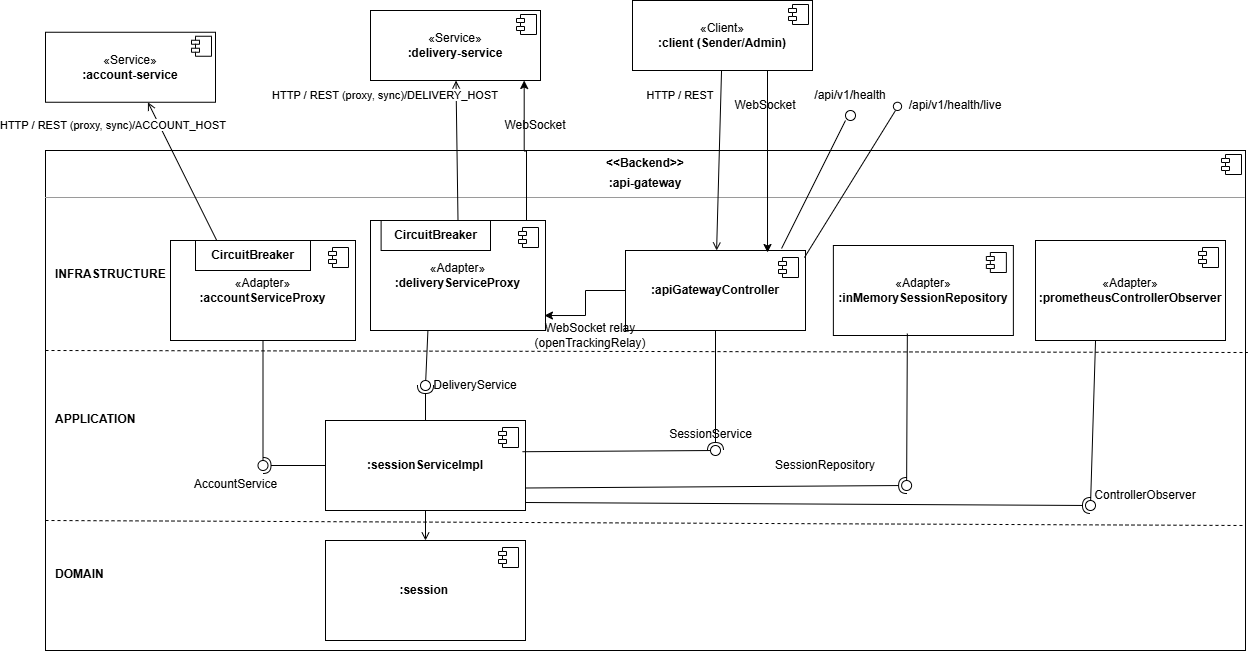
The draw.io diagram doc/api_gateway_v2.drawio.png in MarcoMoro10/SAP-Assignment2, before a commit. Source tidied: cells renumbered, new cells last; positions are measured from the earlier drawing's top-left corner, leaving out a move shared by most shapes.
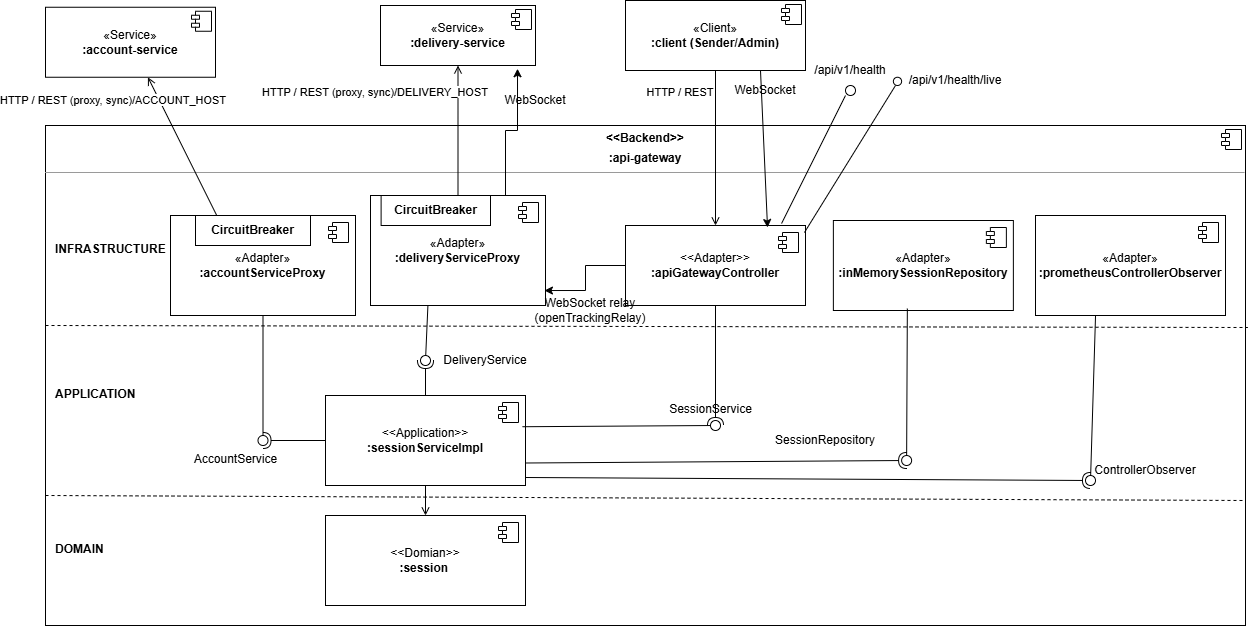
After the commit.

Change to the diagram source:
```diff
@@ -3,7 +3,7 @@
     <mxCell id="0" />
     <mxCell id="1" parent="0" />
     <mxCell id="2" value="«Client»&lt;br&gt;&lt;b&gt;:client (Sender/Admin)&lt;/b&gt;" style="html=1;whiteSpace=wrap;fontColor=#000000;" parent="1" vertex="1">
-      <mxGeometry x="587" width="180" height="70" as="geometry" />
+      <mxGeometry x="580" y="25" width="180" height="70" as="geometry" />
     </mxCell>
     <mxCell id="3" style="shape=component;jettyWidth=8;jettyHeight=4;" parent="2" vertex="1">
       <mxGeometry x="1" width="20" height="20" relative="1" as="geometry">
@@ -19,7 +19,7 @@
       </mxGeometry>
     </mxCell>
     <mxCell id="6" value="«Service»&lt;br&gt;&lt;b&gt;:delivery-service&lt;/b&gt;" style="html=1;whiteSpace=wrap;fontColor=#000000;" parent="1" vertex="1">
-      <mxGeometry x="325" y="10" width="170" height="70" as="geometry" />
+      <mxGeometry x="335" y="30" width="155" height="60" as="geometry" />
     </mxCell>
     <mxCell id="7" style="shape=component;jettyWidth=8;jettyHeight=4;" parent="6" vertex="1">
       <mxGeometry x="1" width="20" height="20" relative="1" as="geometry">
@@ -75,7 +75,7 @@
     <mxCell id="20" value="&lt;b&gt;CircuitBreaker&lt;/b&gt;" style="rounded=0;whiteSpace=wrap;html=1;" parent="18" vertex="1">
       <mxGeometry x="10.6" width="109.4" height="30" as="geometry" />
     </mxCell>
-    <mxCell id="21" value="&lt;b&gt;:apiGatewayController&lt;/b&gt;" style="html=1;whiteSpace=wrap;fontColor=#000000;" parent="1" vertex="1">
+    <mxCell id="21" value="&amp;lt;&amp;lt;Adapter&amp;gt;&amp;gt;&lt;br&gt;&lt;b&gt;:apiGatewayController&lt;/b&gt;" style="html=1;whiteSpace=wrap;fontColor=#000000;" parent="1" vertex="1">
       <mxGeometry x="580" y="250" width="180" height="80" as="geometry" />
     </mxCell>
     <mxCell id="22" style="shape=module;jettyWidth=8;jettyHeight=4;" parent="21" vertex="1">
@@ -83,7 +83,7 @@
         <mxPoint x="-27" y="7" as="offset" />
       </mxGeometry>
     </mxCell>
-    <mxCell id="23" value="&lt;b&gt;:sessionServiceImpl&lt;/b&gt;" style="html=1;whiteSpace=wrap;fontColor=#000000;" parent="1" vertex="1">
+    <mxCell id="23" value="&lt;div&gt;&amp;lt;&amp;lt;Application&amp;gt;&amp;gt;&lt;/div&gt;&lt;b&gt;:sessionServiceImpl&lt;/b&gt;" style="html=1;whiteSpace=wrap;fontColor=#000000;" parent="1" vertex="1">
       <mxGeometry x="280" y="420" width="200" height="90" as="geometry" />
     </mxCell>
     <mxCell id="24" style="shape=module;jettyWidth=8;jettyHeight=4;" parent="23" vertex="1">
@@ -106,8 +106,8 @@
     <mxCell id="29" value="AccountService" style="text;html=1;align=center;" parent="1" vertex="1">
       <mxGeometry x="135" y="470" width="110" height="20" as="geometry" />
     </mxCell>
-    <mxCell id="30" value="&lt;b&gt;:session&lt;/b&gt;&lt;font style=&quot;font-size:9px&quot;&gt;&amp;nbsp;&lt;br&gt;&lt;/font&gt;" style="html=1;whiteSpace=wrap;fontColor=#000000;" parent="1" vertex="1">
-      <mxGeometry x="280" y="540" width="200" height="100" as="geometry" />
+    <mxCell id="30" value="&lt;div&gt;&amp;lt;&amp;lt;Domian&amp;gt;&amp;gt;&lt;/div&gt;&lt;b&gt;:session&lt;/b&gt;&lt;font style=&quot;font-size:9px&quot;&gt;&amp;nbsp;&lt;br&gt;&lt;/font&gt;" style="html=1;whiteSpace=wrap;fontColor=#000000;" parent="1" vertex="1">
+      <mxGeometry x="280" y="540" width="200" height="90" as="geometry" />
     </mxCell>
     <mxCell id="31" style="shape=module;jettyWidth=8;jettyHeight=4;" parent="30" vertex="1">
       <mxGeometry x="1" width="20" height="20" relative="1" as="geometry">
@@ -174,13 +174,13 @@
       <mxGeometry x="750" y="450" width="60" height="30" as="geometry" />
     </mxCell>
     <mxCell id="51" value="DeliveryService" style="text;html=1;whiteSpace=wrap;strokeColor=none;fillColor=none;align=center;verticalAlign=middle;rounded=0;" parent="1" vertex="1">
-      <mxGeometry x="400" y="370" width="60" height="30" as="geometry" />
+      <mxGeometry x="410" y="370" width="60" height="30" as="geometry" />
     </mxCell>
     <mxCell id="52" style="endArrow=classic;html=1;rounded=0;exitX=0.75;exitY=1;exitDx=0;exitDy=0;entryX=0.789;entryY=0.025;entryDx=0;entryDy=0;entryPerimeter=0;" parent="1" edge="1" source="2" target="21">
       <mxGeometry relative="1" as="geometry" />
     </mxCell>
     <mxCell id="53" value="WebSocket" style="text;html=1;whiteSpace=wrap;strokeColor=none;fillColor=none;align=center;verticalAlign=middle;rounded=0;" parent="1" vertex="1">
-      <mxGeometry x="690" y="90" width="60" height="30" as="geometry" />
+      <mxGeometry x="690" y="100" width="60" height="30" as="geometry" />
     </mxCell>
     <mxCell id="54" style="endArrow=none;html=1;rounded=0;exitX=0.867;exitY=-0.025;exitDx=0;exitDy=0;exitPerimeter=0;" parent="1" edge="1" source="21">
       <mxGeometry relative="1" as="geometry">
@@ -232,20 +232,19 @@
     <mxCell id="67" value="ControllerObserver" style="text;html=1;whiteSpace=wrap;strokeColor=none;fillColor=none;align=center;verticalAlign=middle;rounded=0;" parent="1" vertex="1">
       <mxGeometry x="1070" y="480" width="60" height="30" as="geometry" />
     </mxCell>
-    <mxCell id="68" style="edgeStyle=orthogonalEdgeStyle;rounded=0;orthogonalLoop=1;jettySize=auto;html=1;exitX=0.75;exitY=0;exitDx=0;exitDy=0;entryX=0.882;entryY=1;entryDx=0;entryDy=0;entryPerimeter=0;" parent="1" edge="1">
+    <mxCell id="68" style="edgeStyle=orthogonalEdgeStyle;rounded=0;jettySize=auto;html=1;exitX=0.75;exitY=0;exitDx=0;exitDy=0;entryX=0.884;entryY=1.054;entryDx=0;entryDy=0;entryPerimeter=0;" parent="1" edge="1" target="6">
       <mxGeometry relative="1" as="geometry">
         <mxPoint x="460" y="220" as="sourcePoint" />
-        <mxPoint x="478.7" y="80" as="targetPoint" />
       </mxGeometry>
     </mxCell>
     <mxCell id="69" value="WebSocket" style="text;html=1;whiteSpace=wrap;strokeColor=none;fillColor=none;align=center;verticalAlign=middle;rounded=0;" parent="1" vertex="1">
       <mxGeometry x="460" y="110" width="60" height="30" as="geometry" />
     </mxCell>
     <mxCell id="70" value="&lt;span style=&quot;font-size: 11px; white-space: nowrap; background-color: rgb(255, 255, 255);&quot;&gt;HTTP / REST (proxy, sync)/DELIVERY_HOST&lt;/span&gt;" style="text;html=1;whiteSpace=wrap;strokeColor=none;fillColor=none;align=center;verticalAlign=middle;rounded=0;" parent="1" vertex="1">
-      <mxGeometry x="310" y="80" width="60" height="30" as="geometry" />
+      <mxGeometry x="300" y="101.8" width="60" height="30" as="geometry" />
     </mxCell>
     <mxCell id="71" value="&lt;span style=&quot;font-size: 11px; white-space: nowrap; background-color: rgb(255, 255, 255);&quot;&gt;HTTP / REST&lt;/span&gt;" style="text;html=1;whiteSpace=wrap;strokeColor=none;fillColor=none;align=center;verticalAlign=middle;rounded=0;" parent="1" vertex="1">
-      <mxGeometry x="605" y="80" width="60" height="30" as="geometry" />
+      <mxGeometry x="605" y="101.8" width="60" height="30" as="geometry" />
     </mxCell>
     <mxCell id="72" value="&lt;span style=&quot;font-size: 11px; white-space: nowrap; background-color: rgb(255, 255, 255);&quot;&gt;HTTP / REST (proxy, sync)/ACCOUNT_HOST&lt;/span&gt;" style="text;html=1;whiteSpace=wrap;strokeColor=none;fillColor=none;align=center;verticalAlign=middle;rounded=0;" parent="1" vertex="1">
       <mxGeometry x="38" y="110" width="60" height="30" as="geometry" />
```
